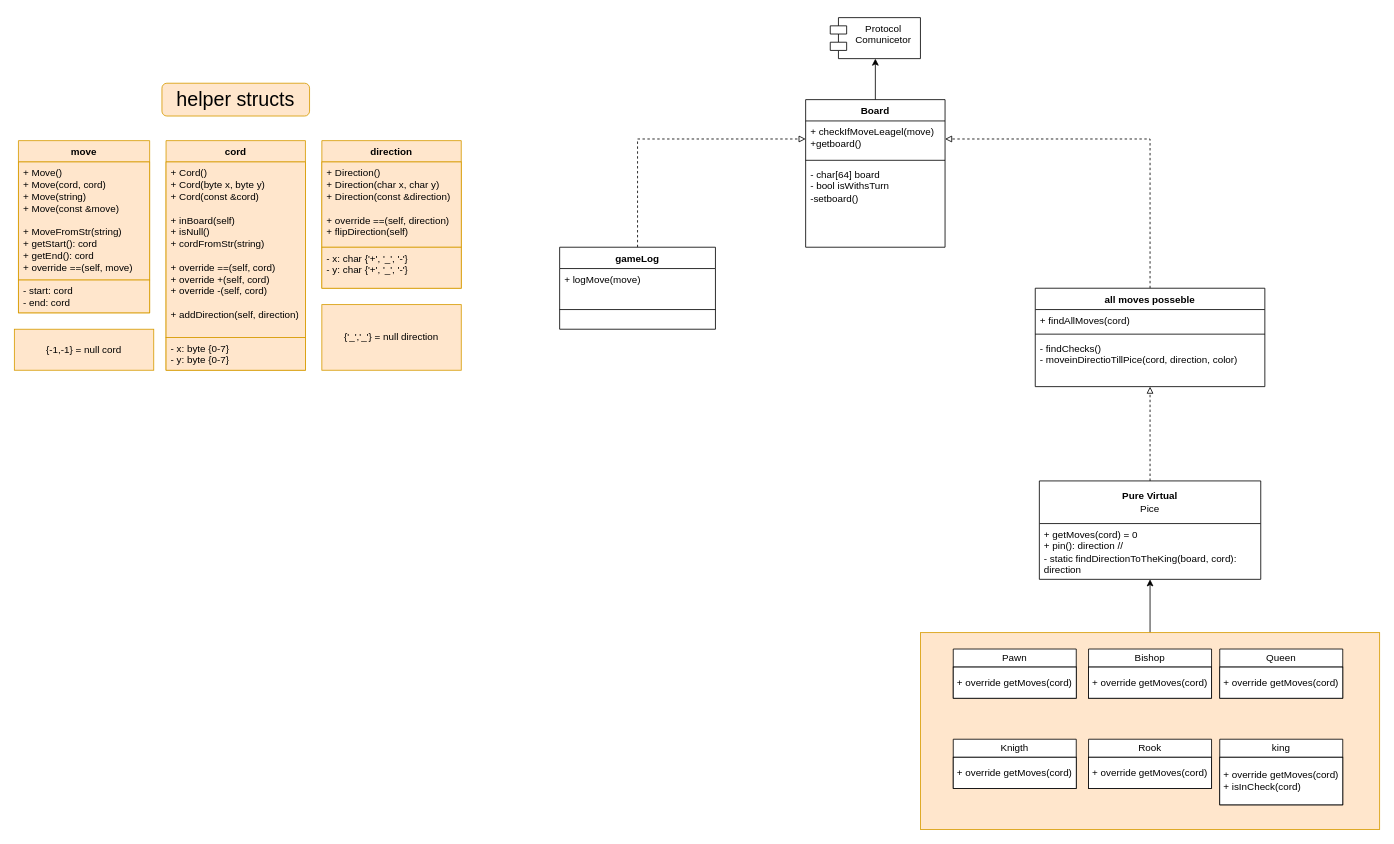
Earlier version of the draw.io diagram Untitled Diagram.drawio (MikeMal13/MIkeMal13.Github.io). Source tidied: cells renumbered, new cells numbered last; positions are measured from the earlier drawing's top-left corner, leaving out a move shared by most shapes. Both pictures are drawn from the tidied source at 82%, with x=0, y=0 at pixel (14, 17).
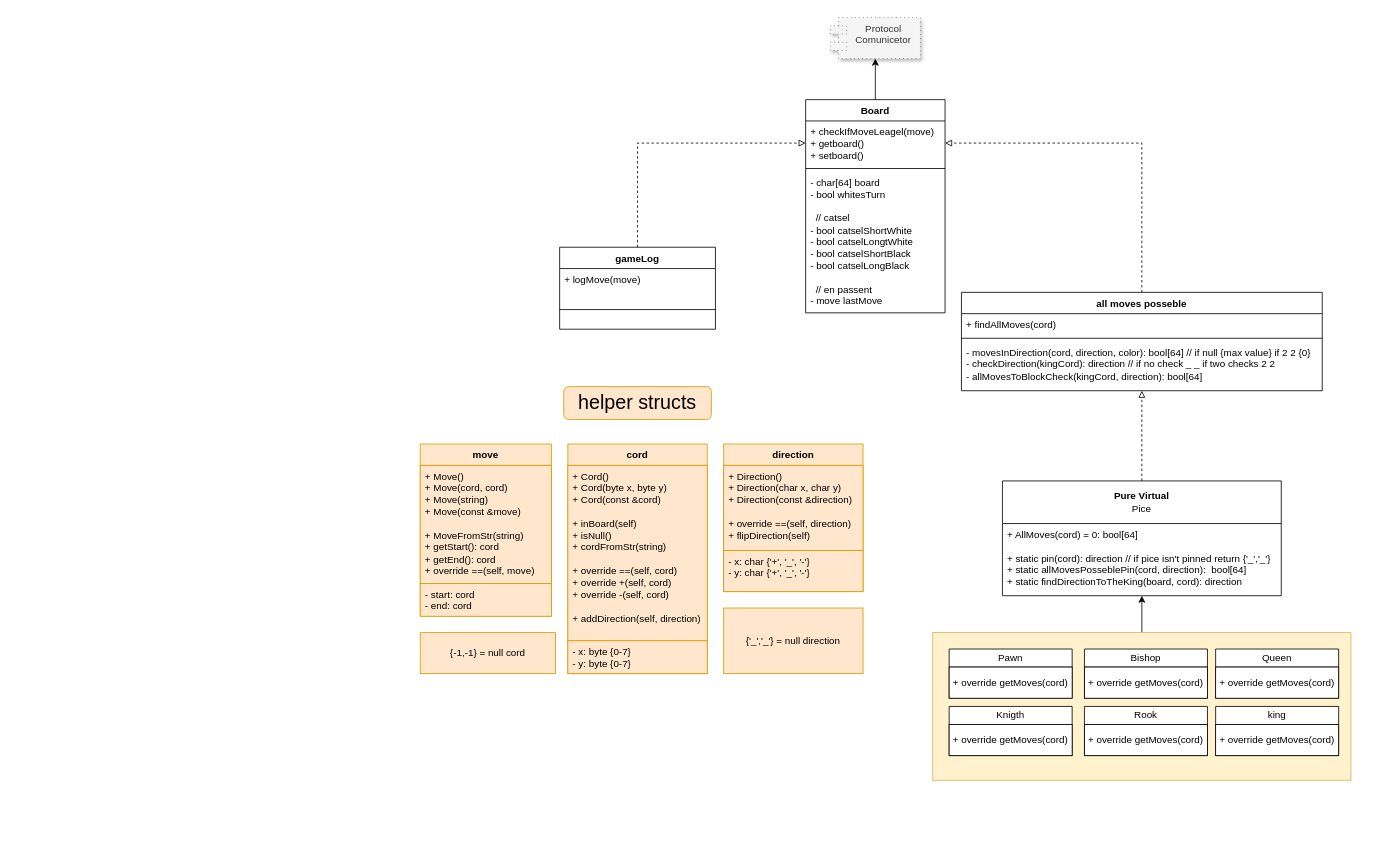
After the change.

Change to the diagram source:
```diff
@@
-    <mxCell id="3" style="html=1;whiteSpace=wrap;fillColor=#ffe6cc;strokeColor=#d79b00;" parent="1" vertex="1">
-      <mxGeometry x="1105" y="750" width="560" height="240" as="geometry" />
+    <mxCell id="3" style="html=1;whiteSpace=wrap;fillColor=#fff2cc;strokeColor=#d6b656;" parent="1" vertex="1">
+      <mxGeometry x="1120" y="750" width="510" height="180" as="geometry" />
     </mxCell>
@@
     <mxCell id="5" value="Board&lt;br&gt;" style="swimlane;fontStyle=1;align=center;verticalAlign=top;horizontal=1;startSize=26;whiteSpace=wrap;html=1;swimlaneFillColor=default;" parent="1" vertex="1">
-      <mxGeometry x="965" y="100" width="170" height="180" as="geometry" />
+      <mxGeometry x="965" y="100" width="170" height="260" as="geometry" />
     </mxCell>
-    <mxCell id="6" value="+ checkIfMoveLeagel(move)&lt;br&gt;+getboard()" style="text;strokeColor=none;fillColor=none;align=left;verticalAlign=top;spacingLeft=4;spacingRight=4;overflow=hidden;points=[[0,0.5],[1,0.5]];portConstraint=eastwest;whiteSpace=wrap;html=1;" parent="5" vertex="1">
-      <mxGeometry y="26" width="170" height="44" as="geometry" />
+    <mxCell id="6" value="+ checkIfMoveLeagel(move)&lt;br&gt;&lt;div&gt;+ getboard()&lt;/div&gt;&lt;div&gt;+ setboard()&lt;/div&gt;" style="text;strokeColor=none;fillColor=none;align=left;verticalAlign=top;spacingLeft=4;spacingRight=4;overflow=hidden;points=[[0,0.5],[1,0.5]];portConstraint=eastwest;whiteSpace=wrap;html=1;" parent="5" vertex="1">
+      <mxGeometry y="26" width="170" height="54" as="geometry" />
     </mxCell>
     <mxCell id="7" style="line;strokeWidth=1;fillColor=none;align=left;verticalAlign=middle;spacingTop=-1;spacingLeft=3;spacingRight=3;labelPosition=right;strokeColor=inherit;" parent="5" vertex="1">
-      <mxGeometry y="70" width="170" height="8" as="geometry" />
+      <mxGeometry y="80" width="170" height="8" as="geometry" />
     </mxCell>
-    <mxCell id="8" value="&lt;div&gt;- char[64] board&lt;/div&gt;&lt;div&gt;- bool isWithsTurn&lt;br&gt;-setboard()&lt;/div&gt;" style="text;strokeColor=none;fillColor=none;align=left;verticalAlign=top;spacingLeft=4;spacingRight=4;overflow=hidden;whiteSpace=wrap;html=1;" parent="5" vertex="1">
-      <mxGeometry y="78" width="170" height="102" as="geometry" />
+    <mxCell id="8" value="&lt;div&gt;- char[64] board&lt;/div&gt;&lt;div&gt;- bool whitesTurn&lt;/div&gt;&lt;div&gt;&lt;br&gt;&lt;/div&gt;&lt;div&gt;&amp;nbsp; // catsel &lt;br&gt;&lt;/div&gt;&lt;div&gt;- bool catselShortWhite&lt;br&gt;&lt;/div&gt;&lt;div&gt;- bool catselLongtWhite&lt;/div&gt;&lt;div&gt;&lt;div&gt;- bool catselShortBlack&lt;br&gt;&lt;/div&gt;&lt;div&gt;- bool catselLongBlack&lt;/div&gt;&lt;/div&gt;&lt;div&gt;&lt;br&gt;&lt;/div&gt;&lt;div&gt;&amp;nbsp; // en passent&lt;br&gt;&lt;/div&gt;&lt;div&gt;- move lastMove&lt;/div&gt;&lt;div&gt;&lt;br&gt;&lt;/div&gt;&lt;div&gt;&lt;br&gt;&lt;/div&gt;&lt;div&gt;&lt;br&gt;&lt;/div&gt;&lt;div&gt;&lt;br&gt;&lt;/div&gt;" style="text;strokeColor=none;fillColor=none;align=left;verticalAlign=top;spacingLeft=4;spacingRight=4;overflow=hidden;whiteSpace=wrap;html=1;" parent="5" vertex="1">
+      <mxGeometry y="88" width="170" height="172" as="geometry" />
     </mxCell>
@@
     <mxCell id="10" value="all moves posseble" style="swimlane;fontStyle=1;align=center;verticalAlign=top;horizontal=1;startSize=26;whiteSpace=wrap;html=1;swimlaneFillColor=default;" parent="1" vertex="1">
-      <mxGeometry x="1245" y="330" width="280" height="120" as="geometry" />
+      <mxGeometry x="1155" y="335" width="440" height="120" as="geometry" />
     </mxCell>
     <mxCell id="11" value="+ findAllMoves(cord)" style="text;strokeColor=none;fillColor=none;align=left;verticalAlign=top;spacingLeft=4;spacingRight=4;overflow=hidden;whiteSpace=wrap;html=1;" parent="10" vertex="1">
-      <mxGeometry y="26" width="280" height="26" as="geometry" />
+      <mxGeometry y="26" width="440" height="26" as="geometry" />
     </mxCell>
     <mxCell id="12" style="line;strokeWidth=1;fillColor=none;align=left;verticalAlign=middle;spacingTop=-1;spacingLeft=3;spacingRight=3;labelPosition=right;strokeColor=inherit;" parent="10" vertex="1">
-      <mxGeometry y="52" width="280" height="8" as="geometry" />
+      <mxGeometry y="52" width="440" height="8" as="geometry" />
     </mxCell>
-    <mxCell id="13" value="- findChecks()&lt;br&gt;- moveinDirectioTillPice(cord, direction, color)&lt;br&gt;" style="text;strokeColor=none;fillColor=none;align=left;verticalAlign=top;spacingLeft=4;spacingRight=4;overflow=hidden;whiteSpace=wrap;html=1;" parent="10" vertex="1">
-      <mxGeometry y="60" width="280" height="60" as="geometry" />
+    <mxCell id="13" value="- movesInDirection(cord, direction, color): bool[64] // if null {max value} if 2 2 {0}&lt;br&gt;&lt;div&gt;- checkDirection(kingCord): direction // if no check _ _ if two checks 2 2&lt;/div&gt;&lt;div&gt;- allMovesToBlockCheck(kingCord, direction): bool[64]&lt;/div&gt;" style="text;strokeColor=none;fillColor=none;align=left;verticalAlign=top;spacingLeft=4;spacingRight=4;overflow=hidden;whiteSpace=wrap;html=1;" parent="10" vertex="1">
+      <mxGeometry y="60" width="440" height="60" as="geometry" />
     </mxCell>
@@
     <mxCell id="15" value="&lt;b&gt;Pure&lt;/b&gt; &lt;b&gt;Virtual&lt;/b&gt;&lt;br&gt;Pice" style="swimlane;fontStyle=0;horizontal=1;startSize=52;fillColor=default;whiteSpace=wrap;html=1;swimlaneFillColor=default;" parent="1" vertex="1">
-      <mxGeometry x="1250" y="565" width="270" height="120" as="geometry" />
+      <mxGeometry x="1205" y="565" width="340" height="140" as="geometry" />
     </mxCell>
-    <mxCell id="16" value="&lt;div&gt;+ getMoves(cord) = 0&lt;/div&gt;&lt;div&gt;+ pin(): direction //  &lt;br&gt;&lt;/div&gt;&lt;div&gt;- static findDirectionToTheKing(board, cord): direction&lt;br&gt;&lt;/div&gt;" style="text;strokeColor=none;fillColor=none;align=left;verticalAlign=top;spacingLeft=4;spacingRight=4;overflow=hidden;whiteSpace=wrap;html=1;" parent="15" vertex="1">
-      <mxGeometry y="52" width="270" height="68" as="geometry" />
+    <mxCell id="16" value="&lt;div&gt;+ AllMoves(cord) = 0: bool[64]&lt;/div&gt;&lt;div&gt;&lt;br&gt;&lt;/div&gt;&lt;div&gt;+ static  pin(cord): direction // if pice isn't pinned return {'_','_'}&lt;/div&gt;&lt;div&gt;+ static allMovesPosseblePin(cord, direction):&amp;nbsp; bool[64]&lt;br&gt;&lt;/div&gt;&lt;div&gt;+ static findDirectionToTheKing(board, cord): direction&lt;br&gt;&lt;/div&gt;" style="text;strokeColor=none;fillColor=none;align=left;verticalAlign=top;spacingLeft=4;spacingRight=4;overflow=hidden;whiteSpace=wrap;html=1;" parent="15" vertex="1">
+      <mxGeometry y="52" width="340" height="88" as="geometry" />
     </mxCell>
     <mxCell id="17" value="Knigth" style="swimlane;fontStyle=0;horizontal=1;startSize=22;fillColor=default;whiteSpace=wrap;html=1;swimlaneFillColor=default;" parent="1" vertex="1">
-      <mxGeometry x="1145" y="880" width="150" height="60" as="geometry" />
+      <mxGeometry x="1140" y="840" width="150" height="60" as="geometry" />
     </mxCell>
@@
     <mxCell id="19" value="&lt;div&gt;Rook&lt;/div&gt;" style="swimlane;fontStyle=0;horizontal=1;startSize=22;fillColor=default;whiteSpace=wrap;html=1;swimlaneFillColor=default;" parent="1" vertex="1">
-      <mxGeometry x="1310" y="880" width="150" height="60" as="geometry" />
+      <mxGeometry x="1305" y="840" width="150" height="60" as="geometry" />
     </mxCell>
@@
     <mxCell id="21" value="king" style="swimlane;fontStyle=0;horizontal=1;startSize=22;fillColor=default;whiteSpace=wrap;html=1;swimlaneFillColor=default;" parent="1" vertex="1">
-      <mxGeometry x="1470" y="880" width="150" height="80" as="geometry" />
+      <mxGeometry x="1465" y="840" width="150" height="60" as="geometry" />
     </mxCell>
-    <mxCell id="22" value="&lt;div&gt;+ override getMoves(cord)&lt;/div&gt;&lt;div align=&quot;left&quot;&gt;+ isInCheck(cord)&lt;br&gt;&lt;/div&gt;" style="rounded=0;whiteSpace=wrap;html=1;" parent="21" vertex="1">
-      <mxGeometry y="22" width="150" height="58" as="geometry" />
+    <mxCell id="22" value="&lt;div&gt;+ override getMoves(cord)&lt;/div&gt;" style="rounded=0;whiteSpace=wrap;html=1;" parent="21" vertex="1">
+      <mxGeometry y="22" width="150" height="38" as="geometry" />
     </mxCell>
     <mxCell id="23" value="Queen" style="swimlane;fontStyle=0;horizontal=1;startSize=22;fillColor=default;whiteSpace=wrap;html=1;swimlaneFillColor=default;" parent="1" vertex="1">
-      <mxGeometry x="1470" y="770" width="150" height="60" as="geometry" />
+      <mxGeometry x="1465" y="770" width="150" height="60" as="geometry" />
     </mxCell>
@@
     <mxCell id="25" value="Bishop" style="swimlane;fontStyle=0;horizontal=1;startSize=22;fillColor=default;whiteSpace=wrap;html=1;swimlaneFillColor=default;" parent="1" vertex="1">
-      <mxGeometry x="1310" y="770" width="150" height="60" as="geometry" />
+      <mxGeometry x="1305" y="770" width="150" height="60" as="geometry" />
     </mxCell>
@@
     <mxCell id="27" value="Pawn" style="swimlane;fontStyle=0;horizontal=1;startSize=22;fillColor=default;whiteSpace=wrap;html=1;swimlaneFillColor=default;" parent="1" vertex="1">
-      <mxGeometry x="1145" y="770" width="150" height="60" as="geometry" />
+      <mxGeometry x="1140" y="770" width="150" height="60" as="geometry" />
     </mxCell>
@@
     <mxCell id="33" value="cord" style="swimlane;fontStyle=1;align=center;verticalAlign=top;horizontal=1;startSize=26;whiteSpace=wrap;html=1;fillColor=#ffe6cc;strokeColor=#d79b00;" parent="1" vertex="1">
-      <mxGeometry x="185" y="150" width="170" height="280" as="geometry" />
+      <mxGeometry x="675" y="520" width="170" height="280" as="geometry" />
     </mxCell>
@@
     <mxCell id="36" value="direction" style="swimlane;fontStyle=1;align=center;verticalAlign=top;horizontal=1;startSize=26;whiteSpace=wrap;html=1;fillColor=#ffe6cc;strokeColor=#d79b00;" parent="1" vertex="1">
-      <mxGeometry x="375" y="150" width="170" height="180" as="geometry" />
+      <mxGeometry x="865" y="520" width="170" height="180" as="geometry" />
     </mxCell>
@@
     <mxCell id="39" value="move" style="swimlane;fontStyle=1;align=center;verticalAlign=top;horizontal=1;startSize=26;whiteSpace=wrap;html=1;fillColor=#ffe6cc;strokeColor=#d79b00;" parent="1" vertex="1">
-      <mxGeometry x="5" y="150" width="160" height="210" as="geometry" />
+      <mxGeometry x="495" y="520" width="160" height="210" as="geometry" />
     </mxCell>
@@
     <mxCell id="42" value="&lt;font style=&quot;font-size: 24px;&quot;&gt;helper structs&lt;/font&gt;" style="rounded=1;whiteSpace=wrap;html=1;fillColor=#ffe6cc;strokeColor=#d79b00;" parent="1" vertex="1">
-      <mxGeometry x="180" y="80" width="180" height="40" as="geometry" />
+      <mxGeometry x="670" y="450" width="180" height="40" as="geometry" />
     </mxCell>
-    <mxCell id="43" value="&lt;div&gt;Protocol &lt;br&gt;&lt;/div&gt;&lt;div&gt;Comunicetor&lt;/div&gt;" style="shape=module;align=left;spacingLeft=20;align=center;verticalAlign=top;whiteSpace=wrap;html=1;" parent="1" vertex="1">
+    <mxCell id="43" value="&lt;div&gt;Protocol &lt;br&gt;&lt;/div&gt;&lt;div&gt;Comunicetor&lt;/div&gt;" style="shape=module;align=left;spacingLeft=20;align=center;verticalAlign=top;whiteSpace=wrap;html=1;shadow=1;dashed=1;dashPattern=1 4;fillColor=#f5f5f5;strokeColor=#666666;fontColor=#333333;" parent="1" vertex="1">
       <mxGeometry x="995" width="110" height="50" as="geometry" />
     </mxCell>
     <mxCell id="44" value="{'_','_'} = null direction" style="whiteSpace=wrap;html=1;fillColor=#ffe6cc;strokeColor=#d79b00;" parent="1" vertex="1">
-      <mxGeometry x="375" y="350" width="170" height="80" as="geometry" />
+      <mxGeometry x="865" y="720" width="170" height="80" as="geometry" />
     </mxCell>
     <mxCell id="45" value="{-1,-1} = null cord" style="whiteSpace=wrap;html=1;fillColor=#ffe6cc;strokeColor=#d79b00;" parent="1" vertex="1">
-      <mxGeometry y="380" width="170" height="50" as="geometry" />
+      <mxGeometry x="495" y="750" width="165" height="50" as="geometry" />
     </mxCell>
```
